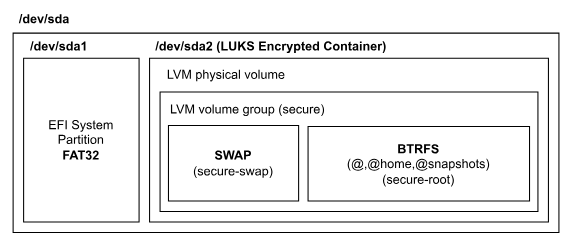
This is img/2020-05-28-disk-encryption/diagram.svg from manueljimenezs/manueljimenezs.github.io, a draw.io export, as it was before one commit. Source tidied: cells renumbered, new cells last; positions are measured from the earlier drawing's top-left corner, leaving out a move shared by most shapes. The source it was exported from:
```xml
<mxGraphModel>
  <root>
    <mxCell id="0" />
    <mxCell id="1" parent="0" />
    <mxCell id="2" style="rounded=0;whiteSpace=wrap;html=1;strokeColor=none;" parent="1" vertex="1">
      <mxGeometry width="541" height="231" as="geometry" />
    </mxCell>
    <mxCell id="3" style="rounded=0;whiteSpace=wrap;html=1;" parent="1" vertex="1">
      <mxGeometry x="11" y="30" width="520" height="190" as="geometry" />
    </mxCell>
    <mxCell id="4" value="&lt;b&gt;/dev/sda&lt;/b&gt;" style="text;html=1;strokeColor=none;fillColor=none;align=center;verticalAlign=middle;whiteSpace=wrap;rounded=0;" parent="1" vertex="1">
      <mxGeometry x="21" y="7" width="40" height="20" as="geometry" />
    </mxCell>
    <mxCell id="5" value="EFI System Partition&lt;br&gt;&lt;b&gt;FAT32&lt;/b&gt;" style="rounded=0;whiteSpace=wrap;html=1;" parent="1" vertex="1">
      <mxGeometry x="21" y="54" width="110" height="156" as="geometry" />
    </mxCell>
    <mxCell id="6" style="rounded=0;whiteSpace=wrap;html=1;" parent="1" vertex="1">
      <mxGeometry x="141" y="54" width="380" height="156" as="geometry" />
    </mxCell>
    <mxCell id="7" value="&lt;b&gt;/dev/sda1&lt;/b&gt;" style="text;html=1;strokeColor=none;fillColor=none;align=center;verticalAlign=middle;whiteSpace=wrap;rounded=0;" parent="1" vertex="1">
      <mxGeometry x="35" y="33" width="40" height="20" as="geometry" />
    </mxCell>
    <mxCell id="8" value="&lt;b&gt;/dev/sda2 (LUKS Encrypted Container)&lt;/b&gt;" style="text;html=1;strokeColor=none;fillColor=none;align=left;verticalAlign=middle;whiteSpace=wrap;rounded=0;" parent="1" vertex="1">
      <mxGeometry x="145" y="33" width="266" height="20" as="geometry" />
    </mxCell>
    <mxCell id="9" style="rounded=0;whiteSpace=wrap;html=1;" parent="1" vertex="1">
      <mxGeometry x="151" y="86" width="360" height="114" as="geometry" />
    </mxCell>
    <mxCell id="10" value="LVM physical volume" style="text;html=1;strokeColor=none;fillColor=none;align=left;verticalAlign=middle;whiteSpace=wrap;rounded=0;" parent="1" vertex="1">
      <mxGeometry x="156" y="60" width="206" height="20" as="geometry" />
    </mxCell>
    <mxCell id="11" value="LVM volume group (secure)" style="text;html=1;strokeColor=none;fillColor=none;align=left;verticalAlign=middle;whiteSpace=wrap;rounded=0;" parent="1" vertex="1">
      <mxGeometry x="159" y="93" width="206" height="20" as="geometry" />
    </mxCell>
    <mxCell id="12" value="&lt;b&gt;SWAP&lt;/b&gt;&lt;br&gt;(secure-swap)" style="rounded=0;whiteSpace=wrap;html=1;" parent="1" vertex="1">
      <mxGeometry x="159" y="118" width="124" height="72" as="geometry" />
    </mxCell>
    <mxCell id="13" value="&lt;b&gt;BTRFS&lt;/b&gt;&lt;br&gt;(@,@home,@snapshots)&lt;br&gt;(secure-root)" style="rounded=0;whiteSpace=wrap;html=1;" parent="1" vertex="1">
      <mxGeometry x="292" y="119" width="211" height="71" as="geometry" />
    </mxCell>
  </root>
</mxGraphModel>
```
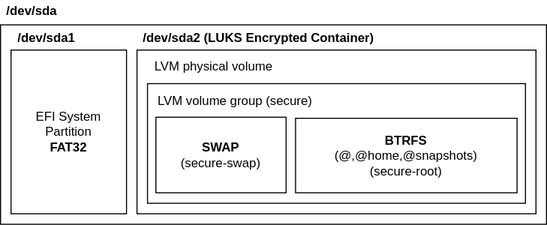
The same diagram one commit later.

What changed in the source:
```diff
@@ -2,9 +2,6 @@
   <root>
     <mxCell id="0" />
     <mxCell id="1" parent="0" />
-    <mxCell id="2" style="rounded=0;whiteSpace=wrap;html=1;strokeColor=none;" parent="1" vertex="1">
-      <mxGeometry width="541" height="231" as="geometry" />
-    </mxCell>
     <mxCell id="3" style="rounded=0;whiteSpace=wrap;html=1;" parent="1" vertex="1">
       <mxGeometry x="11" y="30" width="520" height="190" as="geometry" />
     </mxCell>
```
